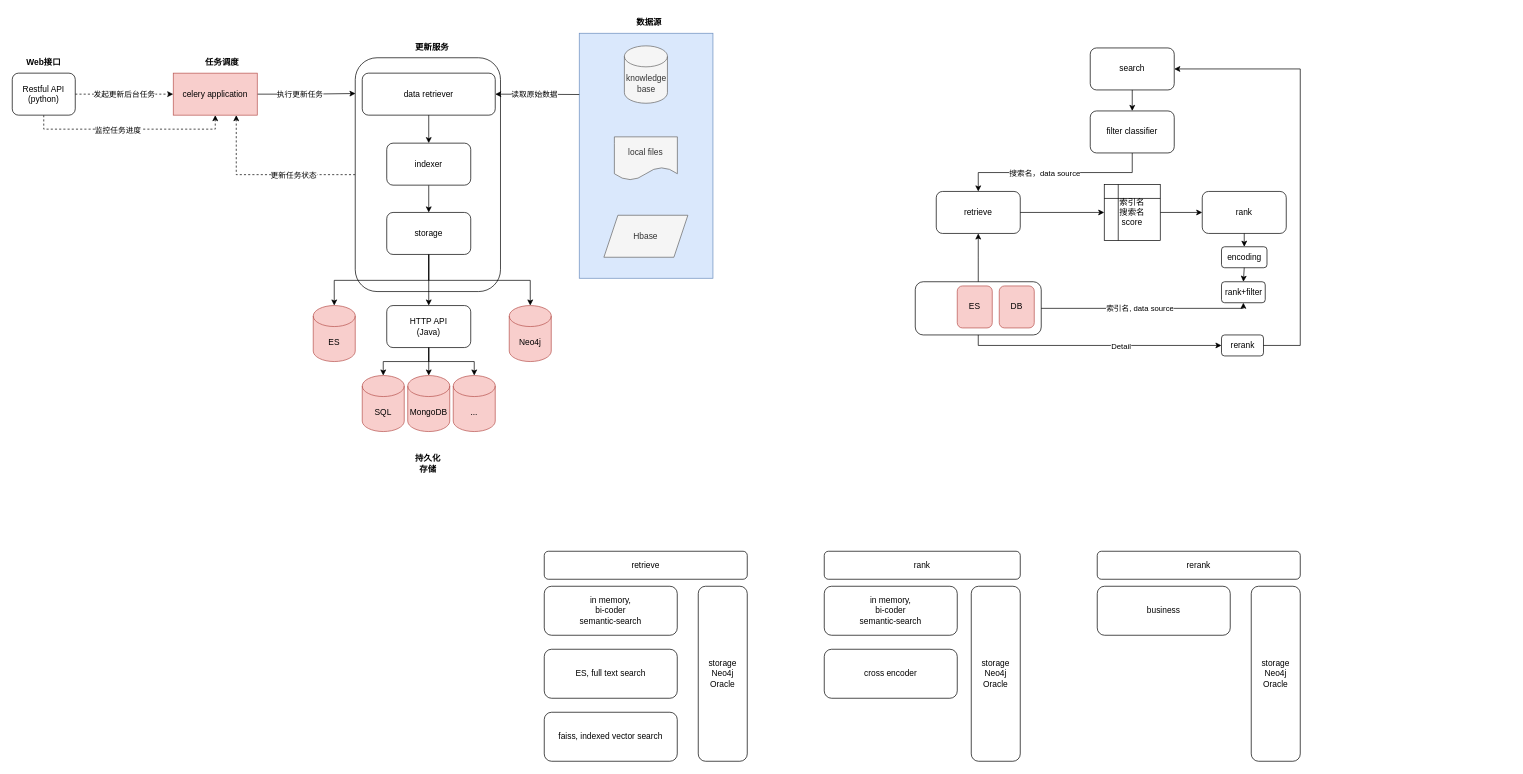
Before: page "整体架构" (1 of 8) of 对码/对码架构.drawio in XiaoLiuAI/diagrams, a draw.io diagram. Source tidied: cells renumbered, new cells numbered last; positions are measured from the earlier drawing's top-left corner, leaving out a move shared by most shapes. Both pictures are drawn from the tidied source at 70%, with x=0, y=0 at pixel (12, 12).
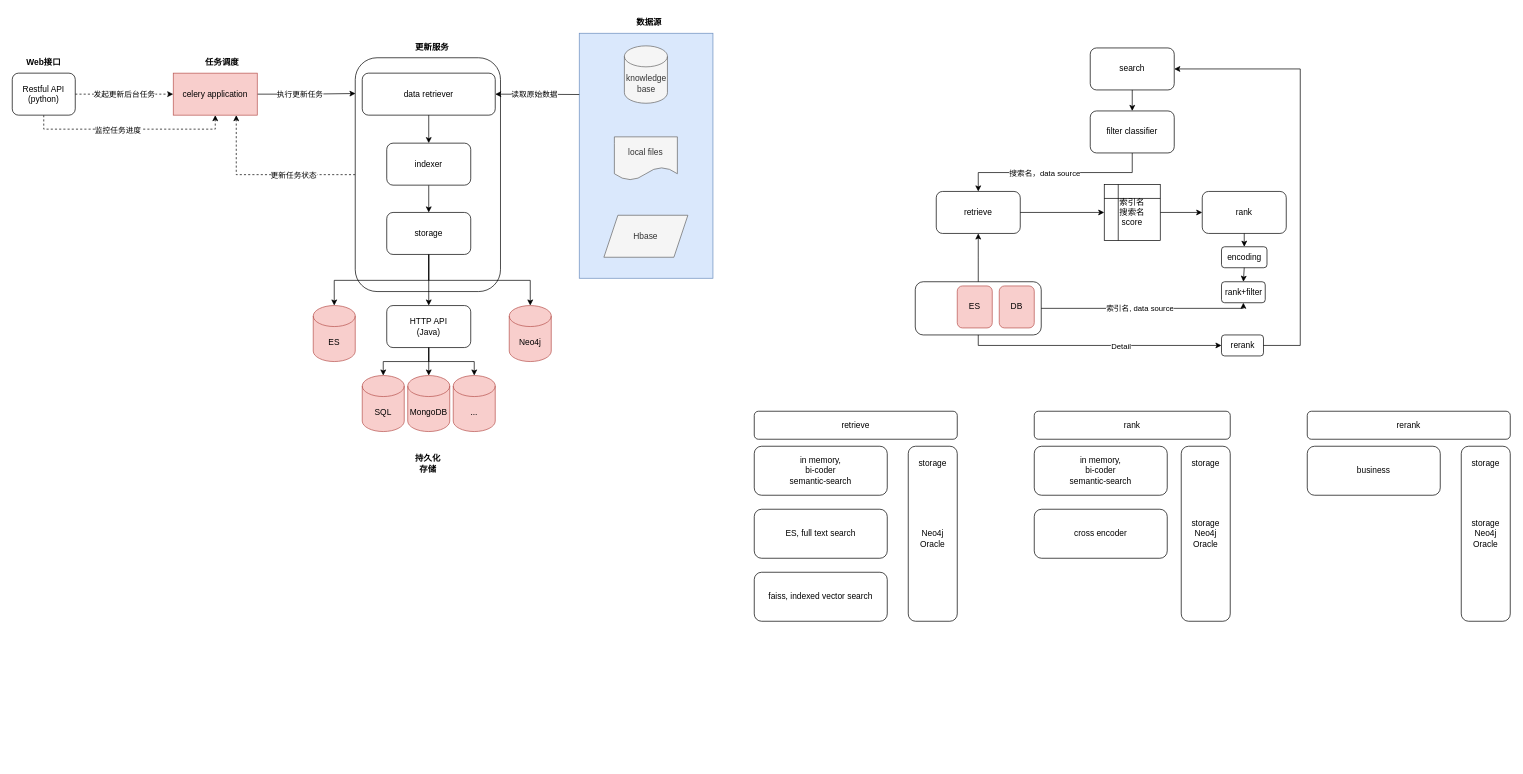
The same diagram, later.

Commit message:
更新对码架构.drawio

The edit, as a diff of the source:
```diff
@@
     <mxCell id="35" value="retrieve" style="rounded=1;whiteSpace=wrap;html=1;" parent="1" vertex="1">
-      <mxGeometry x="760" y="770" width="290" height="40" as="geometry" />
+      <mxGeometry x="1060" y="570" width="290" height="40" as="geometry" />
     </mxCell>
     <mxCell id="36" value="rank" style="rounded=1;whiteSpace=wrap;html=1;" parent="1" vertex="1">
-      <mxGeometry x="1160" y="770" width="280" height="40" as="geometry" />
+      <mxGeometry x="1460" y="570" width="280" height="40" as="geometry" />
     </mxCell>
     <mxCell id="37" value="rerank" style="rounded=1;whiteSpace=wrap;html=1;" parent="1" vertex="1">
-      <mxGeometry x="1550" y="770" width="290" height="40" as="geometry" />
+      <mxGeometry x="1850" y="570" width="290" height="40" as="geometry" />
     </mxCell>
     <mxCell id="38" value="in memory,&lt;br&gt;bi-coder&lt;br&gt;semantic-search" style="rounded=1;whiteSpace=wrap;html=1;" parent="1" vertex="1">
-      <mxGeometry x="760" y="820" width="190" height="70" as="geometry" />
+      <mxGeometry x="1060" y="620" width="190" height="70" as="geometry" />
     </mxCell>
     <mxCell id="39" value="ES, full text search" style="rounded=1;whiteSpace=wrap;html=1;" parent="1" vertex="1">
-      <mxGeometry x="760" y="910" width="190" height="70" as="geometry" />
+      <mxGeometry x="1060" y="710" width="190" height="70" as="geometry" />
     </mxCell>
     <mxCell id="40" value="faiss, indexed vector search" style="rounded=1;whiteSpace=wrap;html=1;" parent="1" vertex="1">
-      <mxGeometry x="760" y="1000" width="190" height="70" as="geometry" />
+      <mxGeometry x="1060" y="800" width="190" height="70" as="geometry" />
     </mxCell>
     <mxCell id="41" value="in memory,&lt;br&gt;bi-coder&lt;br&gt;semantic-search" style="rounded=1;whiteSpace=wrap;html=1;" parent="1" vertex="1">
-      <mxGeometry x="1160" y="820" width="190" height="70" as="geometry" />
+      <mxGeometry x="1460" y="620" width="190" height="70" as="geometry" />
     </mxCell>
     <mxCell id="42" value="cross encoder" style="rounded=1;whiteSpace=wrap;html=1;" parent="1" vertex="1">
-      <mxGeometry x="1160" y="910" width="190" height="70" as="geometry" />
+      <mxGeometry x="1460" y="710" width="190" height="70" as="geometry" />
     </mxCell>
     <mxCell id="43" value="business" style="rounded=1;whiteSpace=wrap;html=1;" parent="1" vertex="1">
-      <mxGeometry x="1550" y="820" width="190" height="70" as="geometry" />
+      <mxGeometry x="1850" y="620" width="190" height="70" as="geometry" />
     </mxCell>
-    <mxCell id="44" value="storage&lt;br&gt;Neo4j&lt;br&gt;Oracle" style="rounded=1;whiteSpace=wrap;html=1;" parent="1" vertex="1">
-      <mxGeometry x="980" y="820" width="70" height="250" as="geometry" />
+    <mxCell id="44" value="&lt;br&gt;Neo4j&lt;br&gt;Oracle" style="rounded=1;whiteSpace=wrap;html=1;" parent="1" vertex="1">
+      <mxGeometry x="1280" y="620" width="70" height="250" as="geometry" />
     </mxCell>
     <mxCell id="45" value="storage&lt;br&gt;Neo4j&lt;br&gt;Oracle" style="rounded=1;whiteSpace=wrap;html=1;" parent="1" vertex="1">
-      <mxGeometry x="1370" y="820" width="70" height="250" as="geometry" />
+      <mxGeometry x="1670" y="620" width="70" height="250" as="geometry" />
     </mxCell>
     <mxCell id="46" value="storage&lt;br&gt;Neo4j&lt;br&gt;Oracle" style="rounded=1;whiteSpace=wrap;html=1;" parent="1" vertex="1">
-      <mxGeometry x="1770" y="820" width="70" height="250" as="geometry" />
+      <mxGeometry x="2070" y="620" width="70" height="250" as="geometry" />
     </mxCell>
@@
+    <mxCell id="76" value="storage" style="text;html=1;strokeColor=none;fillColor=none;align=center;verticalAlign=middle;whiteSpace=wrap;rounded=0;" parent="1" vertex="1">
+      <mxGeometry x="1285" y="630" width="60" height="30" as="geometry" />
+    </mxCell>
+    <mxCell id="77" value="storage" style="text;html=1;strokeColor=none;fillColor=none;align=center;verticalAlign=middle;whiteSpace=wrap;rounded=0;" parent="1" vertex="1">
+      <mxGeometry x="1675" y="630" width="60" height="30" as="geometry" />
+    </mxCell>
+    <mxCell id="78" value="storage" style="text;html=1;strokeColor=none;fillColor=none;align=center;verticalAlign=middle;whiteSpace=wrap;rounded=0;" parent="1" vertex="1">
+      <mxGeometry x="2075" y="630" width="60" height="30" as="geometry" />
+    </mxCell>
```
